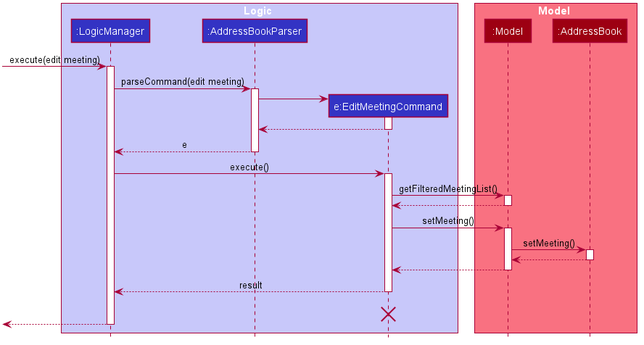
This is docs/images/EditMeetingSequenceDiagram.png from zhaohuanqdcn/tp, a PlantUML export, as it was before one commit.
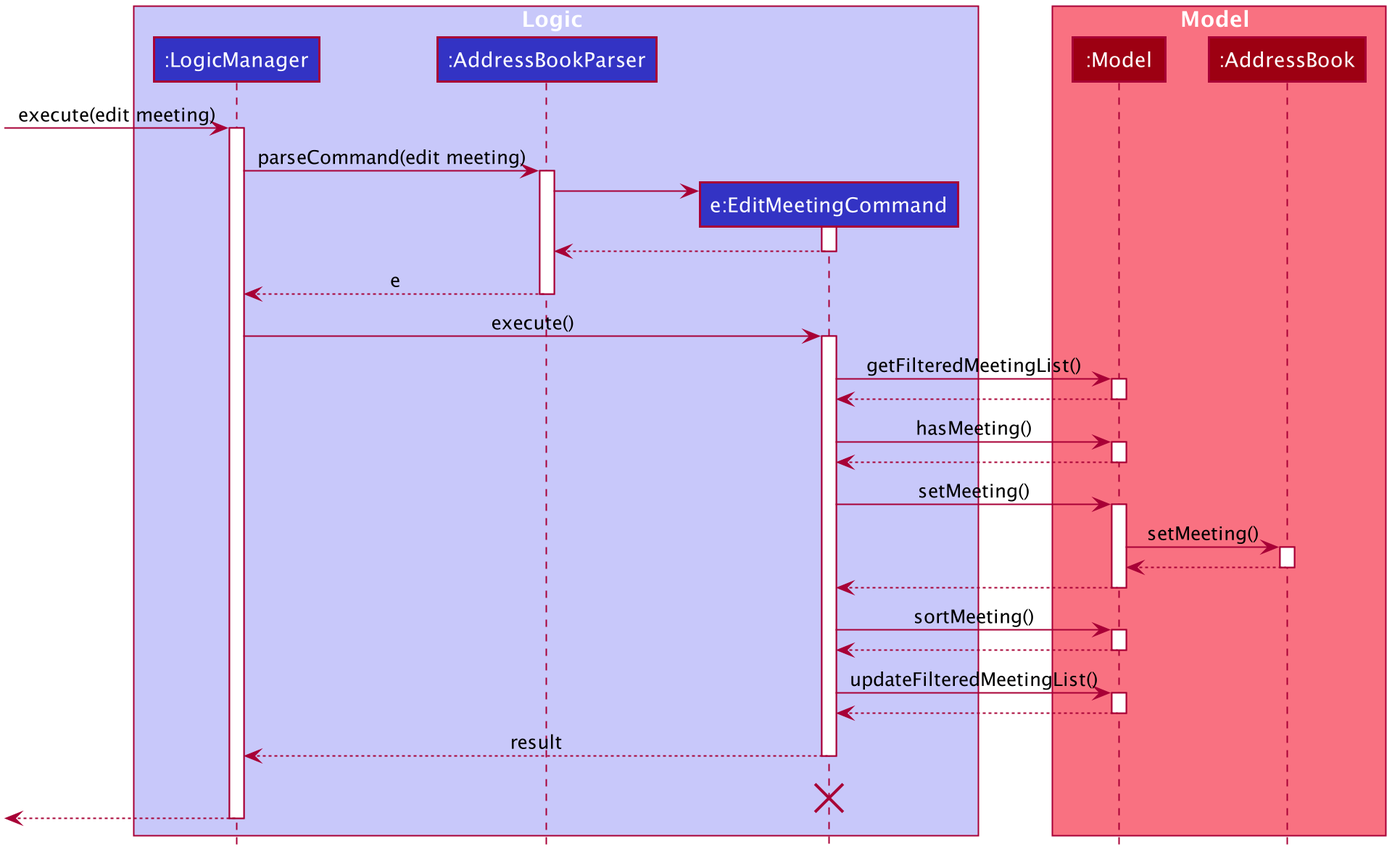
The same file after the commit.

Diff of the diagram source:
```diff
@@ -83,6 +83,12 @@
 Model --> EditMeetingCommand
 deactivate Model
 
+EditMeetingCommand -> Model : hasMeeting()
+activate Model
+
+Model --> EditMeetingCommand
+deactivate Model
+
 EditMeetingCommand -> Model : setMeeting()
 activate Model
 
@@ -95,6 +101,18 @@
 Model --> EditMeetingCommand
 deactivate Model
 
+EditMeetingCommand -> Model : sortMeeting()
+activate Model
+
+Model --> EditMeetingCommand
+deactivate Model
+
+EditMeetingCommand -> Model : updateFilteredMeetingList()
+activate Model
+
+Model --> EditMeetingCommand
+deactivate Model
+
 EditMeetingCommand --> LogicManager : result
 deactivate EditMeetingCommand
 EditMeetingCommand -[hidden]-> LogicManager : result
```
